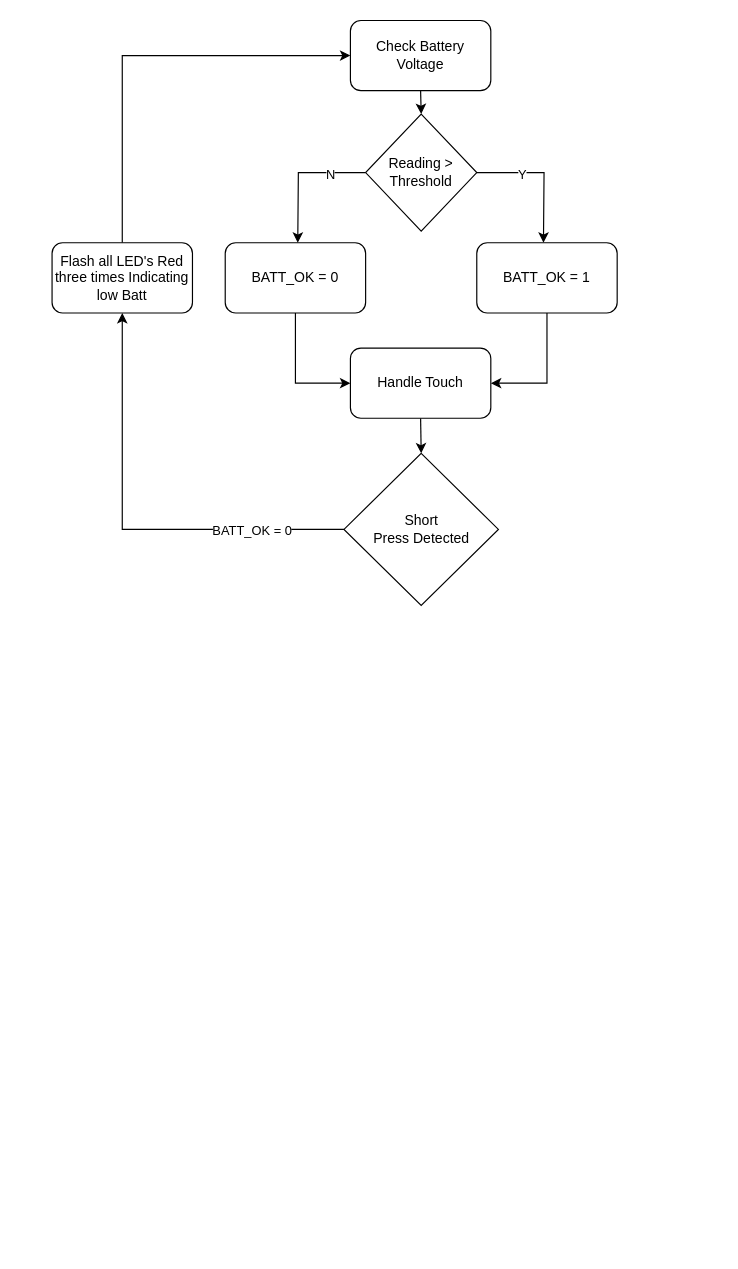
Before: software/Untitled Diagram.drawio in camerongillingham93/night-light, a draw.io diagram. Source tidied: cells renumbered, new cells numbered last; positions are measured from the earlier drawing's top-left corner, leaving out a move shared by most shapes. Both pictures are drawn from the tidied source at 117%, with x=0, y=0 at pixel (51, 20).
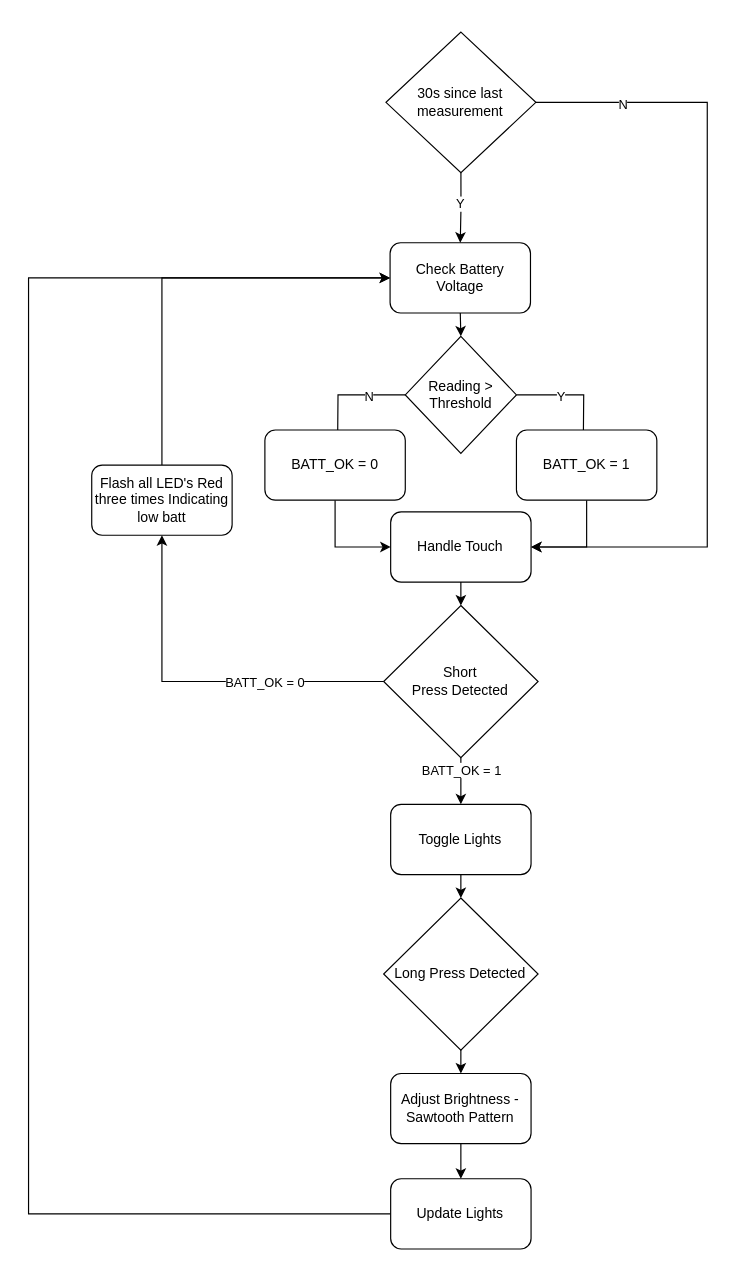
The same diagram, later.

The change refers to these unchanged cells:
```xml
<mxCell id="15" style="edgeStyle=orthogonalEdgeStyle;rounded=0;jettySize=auto;html=1;exitX=0;exitY=0.5;exitDx=0;exitDy=0;entryX=0.5;entryY=1;entryDx=0;entryDy=0;" parent="1" edge="1" source="17" target="19">
  <mxGeometry relative="1" as="geometry" />
</mxCell>
```

Diff of the diagram source:
```diff
@@
     <mxCell id="3" value="Check Battery Voltage" style="rounded=1;whiteSpace=wrap;html=1;" parent="1" vertex="1">
-      <mxGeometry x="255" width="120" height="60" as="geometry" />
+      <mxGeometry x="288.9" y="190" width="120" height="60" as="geometry" />
     </mxCell>
     <mxCell id="4" style="edgeStyle=orthogonalEdgeStyle;rounded=0;jettySize=auto;html=1;exitX=1;exitY=0.5;exitDx=0;exitDy=0;" parent="1" edge="1" source="8">
       <mxGeometry relative="1" as="geometry">
-        <mxPoint x="420" y="190" as="targetPoint" />
+        <mxPoint x="453.9" y="380" as="targetPoint" />
       </mxGeometry>
     </mxCell>
@@
     <mxCell id="6" style="edgeStyle=orthogonalEdgeStyle;rounded=0;jettySize=auto;html=1;exitX=0;exitY=0.5;exitDx=0;exitDy=0;" parent="1" edge="1" source="8">
       <mxGeometry relative="1" as="geometry">
-        <mxPoint x="210" y="190" as="targetPoint" />
+        <mxPoint x="243.9" y="380" as="targetPoint" />
       </mxGeometry>
     </mxCell>
@@
     <mxCell id="8" value="Reading &amp;gt; Threshold" style="rhombus;whiteSpace=wrap;html=1;" parent="1" vertex="1">
-      <mxGeometry x="268" y="80" width="95" height="100" as="geometry" />
+      <mxGeometry x="301.9" y="270" width="95" height="100" as="geometry" />
     </mxCell>
@@
     <mxCell id="10" value="BATT_OK = 1" style="rounded=1;whiteSpace=wrap;html=1;" parent="1" vertex="1">
-      <mxGeometry x="363" y="190" width="120" height="60" as="geometry" />
+      <mxGeometry x="396.9" y="350" width="120" height="60" as="geometry" />
     </mxCell>
@@
     <mxCell id="12" value="BATT_OK = 0" style="rounded=1;whiteSpace=wrap;html=1;" parent="1" vertex="1">
-      <mxGeometry x="148" y="190" width="120" height="60" as="geometry" />
+      <mxGeometry x="181.9" y="350" width="120" height="60" as="geometry" />
     </mxCell>
@@
     <mxCell id="14" value="Handle Touch" style="rounded=1;whiteSpace=wrap;html=1;" parent="1" vertex="1">
-      <mxGeometry x="255" y="280" width="120" height="60" as="geometry" />
+      <mxGeometry x="289.4" y="420" width="120" height="60" as="geometry" />
     </mxCell>
@@
     <mxCell id="16" value="BATT_OK = 0" style="edgeLabel;html=1;align=center;verticalAlign=middle;" parent="15" vertex="1">
       <mxGeometry x="-0.15" relative="1" as="geometry">
-        <mxPoint x="80" as="offset" />
+        <mxPoint x="32" as="offset" />
       </mxGeometry>
     </mxCell>
+    <mxCell id="20" style="edgeStyle=orthogonalEdgeStyle;rounded=0;jettySize=auto;html=1;exitX=0.5;exitY=1;exitDx=0;exitDy=0;entryX=0.5;entryY=0;entryDx=0;entryDy=0;" parent="1" edge="1" source="17" target="23">
+      <mxGeometry relative="1" as="geometry" />
+    </mxCell>
+    <mxCell id="21" value="BATT_OK = 1" style="edgeLabel;html=1;align=center;verticalAlign=middle;" parent="20" vertex="1">
+      <mxGeometry x="-0.14" relative="1" as="geometry">
+        <mxPoint y="-7" as="offset" />
+      </mxGeometry>
+    </mxCell>
     <mxCell id="17" value="&lt;div&gt;Short&lt;/div&gt;Press Detected" style="rhombus;whiteSpace=wrap;html=1;" parent="1" vertex="1">
-      <mxGeometry x="249.5" y="370" width="132" height="130" as="geometry" />
+      <mxGeometry x="283.4" y="500" width="132" height="130" as="geometry" />
     </mxCell>
@@
-    <mxCell id="19" value="Flash all LED's Red three times Indicating low Batt" style="rounded=1;whiteSpace=wrap;html=1;" parent="1" vertex="1">
-      <mxGeometry y="190" width="120" height="60" as="geometry" />
+    <mxCell id="19" value="Flash all LED's Red three times Indicating low batt" style="rounded=1;whiteSpace=wrap;html=1;" parent="1" vertex="1">
+      <mxGeometry x="33.9" y="380" width="120" height="60" as="geometry" />
     </mxCell>
+    <mxCell id="22" style="edgeStyle=orthogonalEdgeStyle;rounded=0;jettySize=auto;html=1;exitX=0.5;exitY=1;exitDx=0;exitDy=0;entryX=0.5;entryY=0;entryDx=0;entryDy=0;" parent="1" edge="1" source="23" target="25">
+      <mxGeometry relative="1" as="geometry" />
+    </mxCell>
+    <mxCell id="23" value="Toggle Lights" style="rounded=1;whiteSpace=wrap;html=1;" parent="1" vertex="1">
+      <mxGeometry x="289.4" y="670" width="120" height="60" as="geometry" />
+    </mxCell>
+    <mxCell id="24" style="edgeStyle=orthogonalEdgeStyle;rounded=0;jettySize=auto;html=1;exitX=0.5;exitY=1;exitDx=0;exitDy=0;entryX=0.5;entryY=0;entryDx=0;entryDy=0;" parent="1" edge="1" source="25" target="27">
+      <mxGeometry relative="1" as="geometry" />
+    </mxCell>
+    <mxCell id="25" value="&lt;div&gt;Long Press Detected&lt;/div&gt;" style="rhombus;whiteSpace=wrap;html=1;" parent="1" vertex="1">
+      <mxGeometry x="283.4" y="750" width="132" height="130" as="geometry" />
+    </mxCell>
+    <mxCell id="26" style="edgeStyle=orthogonalEdgeStyle;rounded=0;jettySize=auto;html=1;exitX=0.5;exitY=1;exitDx=0;exitDy=0;entryX=0.5;entryY=0;entryDx=0;entryDy=0;" parent="1" edge="1" source="27" target="29">
+      <mxGeometry relative="1" as="geometry" />
+    </mxCell>
+    <mxCell id="27" value="Adjust Brightness - Sawtooth Pattern" style="rounded=1;whiteSpace=wrap;html=1;" parent="1" vertex="1">
+      <mxGeometry x="289.4" y="900" width="120" height="60" as="geometry" />
+    </mxCell>
+    <mxCell id="28" style="edgeStyle=orthogonalEdgeStyle;rounded=0;jettySize=auto;html=1;exitX=0;exitY=0.5;exitDx=0;exitDy=0;entryX=0;entryY=0.5;entryDx=0;entryDy=0;" parent="1" edge="1" source="29" target="3">
+      <mxGeometry relative="1" as="geometry">
+        <Array as="points">
+          <mxPoint x="-20.1" y="1020" />
+          <mxPoint x="-20.1" y="220" />
+        </Array>
+      </mxGeometry>
+    </mxCell>
+    <mxCell id="29" value="Update Lights" style="rounded=1;whiteSpace=wrap;html=1;" parent="1" vertex="1">
+      <mxGeometry x="289.4" y="990" width="120" height="60" as="geometry" />
+    </mxCell>
+    <mxCell id="30" style="edgeStyle=orthogonalEdgeStyle;rounded=0;jettySize=auto;html=1;exitX=0.5;exitY=1;exitDx=0;exitDy=0;" parent="1" edge="1" source="34" target="3">
+      <mxGeometry relative="1" as="geometry" />
+    </mxCell>
+    <mxCell id="31" value="Y" style="edgeLabel;html=1;align=center;verticalAlign=middle;" parent="30" vertex="1">
+      <mxGeometry x="-0.13" y="-1" relative="1" as="geometry" />
+    </mxCell>
+    <mxCell id="32" style="edgeStyle=orthogonalEdgeStyle;rounded=0;jettySize=auto;html=1;exitX=1;exitY=0.5;exitDx=0;exitDy=0;entryX=1;entryY=0.5;entryDx=0;entryDy=0;" parent="1" edge="1" source="34" target="14">
+      <mxGeometry relative="1" as="geometry">
+        <Array as="points">
+          <mxPoint x="560" y="70" />
+          <mxPoint x="560" y="450" />
+        </Array>
+      </mxGeometry>
+    </mxCell>
+    <mxCell id="33" value="N" style="edgeLabel;html=1;align=center;verticalAlign=middle;" parent="32" vertex="1">
+      <mxGeometry x="-0.78" y="-1" relative="1" as="geometry" />
+    </mxCell>
+    <mxCell id="34" value="30s since last measurement" style="rhombus;whiteSpace=wrap;html=1;" parent="1" vertex="1">
+      <mxGeometry x="285.4" y="10" width="128.1" height="120" as="geometry" />
+    </mxCell>
```
